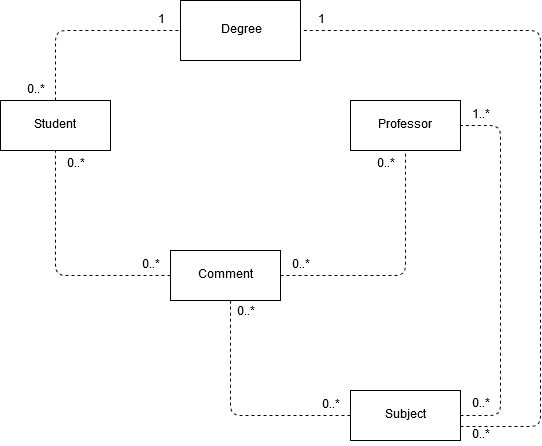
Geghi/LargeScaleTask1Project keeps this draw.io diagram as doc/images/diagrams/AnalysisUML.png. Above is the earlier version. Source tidied: cells renumbered, new cells last; positions are measured from the earlier drawing's top-left corner, leaving out a move shared by most shapes. Its diagram source:
```xml
<mxGraphModel>
  <root>
    <mxCell id="0" />
    <mxCell id="1" parent="0" />
    <mxCell id="2" value="Student" style="html=1;" parent="1" vertex="1">
      <mxGeometry y="100" width="110" height="50" as="geometry" />
    </mxCell>
    <mxCell id="3" value="Professor" style="html=1;" parent="1" vertex="1">
      <mxGeometry x="350" y="100" width="110" height="50" as="geometry" />
    </mxCell>
    <mxCell id="4" value="Comment" style="html=1;" parent="1" vertex="1">
      <mxGeometry x="170" y="250" width="110" height="50" as="geometry" />
    </mxCell>
    <mxCell id="5" value="Subject" style="html=1;" parent="1" vertex="1">
      <mxGeometry x="350" y="390" width="110" height="50" as="geometry" />
    </mxCell>
    <mxCell id="6" style="endArrow=none;dashed=1;html=1;entryX=0.5;entryY=1;entryDx=0;entryDy=0;exitX=0;exitY=0.5;exitDx=0;exitDy=0;" parent="1" edge="1" source="4" target="2">
      <mxGeometry relative="1" as="geometry">
        <Array as="points">
          <mxPoint x="55" y="275" />
        </Array>
      </mxGeometry>
    </mxCell>
    <mxCell id="7" value="0..*" style="text;html=1;strokeColor=none;fillColor=none;align=center;verticalAlign=middle;whiteSpace=wrap;rounded=0;" parent="1" vertex="1">
      <mxGeometry x="55" y="154" width="40" height="20" as="geometry" />
    </mxCell>
    <mxCell id="8" value="0..*" style="text;html=1;strokeColor=none;fillColor=none;align=center;verticalAlign=middle;whiteSpace=wrap;rounded=0;" parent="1" vertex="1">
      <mxGeometry x="130" y="255" width="40" height="20" as="geometry" />
    </mxCell>
    <mxCell id="9" style="endArrow=none;dashed=1;html=1;exitX=1;exitY=0.5;exitDx=0;exitDy=0;entryX=0.5;entryY=1;entryDx=0;entryDy=0;" parent="1" edge="1" source="4" target="3">
      <mxGeometry relative="1" as="geometry">
        <Array as="points">
          <mxPoint x="405" y="275" />
        </Array>
      </mxGeometry>
    </mxCell>
    <mxCell id="10" value="0..*" style="text;html=1;strokeColor=none;fillColor=none;align=center;verticalAlign=middle;whiteSpace=wrap;rounded=0;" parent="1" vertex="1">
      <mxGeometry x="280" y="255" width="40" height="20" as="geometry" />
    </mxCell>
    <mxCell id="11" value="0..*" style="text;html=1;strokeColor=none;fillColor=none;align=center;verticalAlign=middle;whiteSpace=wrap;rounded=0;" parent="1" vertex="1">
      <mxGeometry x="365" y="154" width="40" height="20" as="geometry" />
    </mxCell>
    <mxCell id="12" style="endArrow=none;dashed=1;html=1;exitX=0;exitY=0.5;exitDx=0;exitDy=0;" parent="1" edge="1" source="5">
      <mxGeometry relative="1" as="geometry">
        <mxPoint x="230" y="300" as="targetPoint" />
        <Array as="points">
          <mxPoint x="230" y="415" />
        </Array>
      </mxGeometry>
    </mxCell>
    <mxCell id="13" value="0..*" style="text;html=1;strokeColor=none;fillColor=none;align=center;verticalAlign=middle;whiteSpace=wrap;rounded=0;" parent="1" vertex="1">
      <mxGeometry x="225" y="302" width="40" height="20" as="geometry" />
    </mxCell>
    <mxCell id="14" value="0..*" style="text;html=1;strokeColor=none;fillColor=none;align=center;verticalAlign=middle;whiteSpace=wrap;rounded=0;" parent="1" vertex="1">
      <mxGeometry x="310" y="395" width="40" height="20" as="geometry" />
    </mxCell>
    <mxCell id="15" value="Degree" style="rounded=0;whiteSpace=wrap;html=1;" parent="1" vertex="1">
      <mxGeometry x="180" width="120" height="60" as="geometry" />
    </mxCell>
    <mxCell id="16" style="endArrow=none;dashed=1;html=1;entryX=0;entryY=0.5;entryDx=0;entryDy=0;" parent="1" edge="1" target="15">
      <mxGeometry relative="1" as="geometry">
        <mxPoint x="55" y="100" as="sourcePoint" />
        <Array as="points">
          <mxPoint x="55" y="30" />
        </Array>
      </mxGeometry>
    </mxCell>
    <mxCell id="17" value="1" style="text;html=1;strokeColor=none;fillColor=none;align=center;verticalAlign=middle;whiteSpace=wrap;rounded=0;" parent="1" vertex="1">
      <mxGeometry x="140" y="10" width="40" height="20" as="geometry" />
    </mxCell>
    <mxCell id="18" value="0..*" style="text;html=1;strokeColor=none;fillColor=none;align=center;verticalAlign=middle;whiteSpace=wrap;rounded=0;" parent="1" vertex="1">
      <mxGeometry x="15" y="80" width="40" height="20" as="geometry" />
    </mxCell>
    <mxCell id="19" style="endArrow=none;dashed=1;html=1;entryX=1;entryY=0.5;entryDx=0;entryDy=0;" parent="1" edge="1" target="3">
      <mxGeometry relative="1" as="geometry">
        <mxPoint x="460" y="415" as="sourcePoint" />
        <Array as="points">
          <mxPoint x="500" y="415" />
          <mxPoint x="500" y="125" />
        </Array>
      </mxGeometry>
    </mxCell>
    <mxCell id="20" value="0..*" style="text;html=1;strokeColor=none;fillColor=none;align=center;verticalAlign=middle;whiteSpace=wrap;rounded=0;" parent="1" vertex="1">
      <mxGeometry x="460" y="394" width="40" height="20" as="geometry" />
    </mxCell>
    <mxCell id="21" value="1..*" style="text;html=1;strokeColor=none;fillColor=none;align=center;verticalAlign=middle;whiteSpace=wrap;rounded=0;" parent="1" vertex="1">
      <mxGeometry x="460" y="105" width="40" height="20" as="geometry" />
    </mxCell>
    <mxCell id="22" style="endArrow=none;dashed=1;html=1;entryX=1;entryY=0.5;entryDx=0;entryDy=0;" parent="1" edge="1" target="15">
      <mxGeometry relative="1" as="geometry">
        <mxPoint x="460" y="426" as="sourcePoint" />
        <Array as="points">
          <mxPoint x="540" y="426" />
          <mxPoint x="540" y="30" />
        </Array>
      </mxGeometry>
    </mxCell>
    <mxCell id="23" value="0..*" style="text;html=1;strokeColor=none;fillColor=none;align=center;verticalAlign=middle;whiteSpace=wrap;rounded=0;" parent="1" vertex="1">
      <mxGeometry x="460" y="425" width="40" height="20" as="geometry" />
    </mxCell>
    <mxCell id="24" value="1" style="text;html=1;strokeColor=none;fillColor=none;align=center;verticalAlign=middle;whiteSpace=wrap;rounded=0;" parent="1" vertex="1">
      <mxGeometry x="300" y="10" width="40" height="20" as="geometry" />
    </mxCell>
  </root>
</mxGraphModel>
```
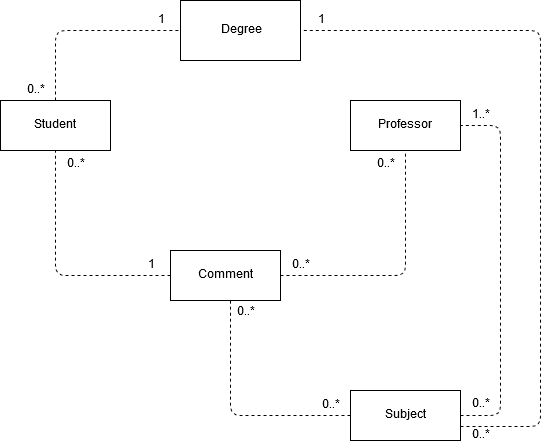
The same file after the commit.

Change to the diagram source:
```diff
@@ -24,7 +24,7 @@
     <mxCell id="7" value="0..*" style="text;html=1;strokeColor=none;fillColor=none;align=center;verticalAlign=middle;whiteSpace=wrap;rounded=0;" parent="1" vertex="1">
       <mxGeometry x="55" y="154" width="40" height="20" as="geometry" />
     </mxCell>
-    <mxCell id="8" value="0..*" style="text;html=1;strokeColor=none;fillColor=none;align=center;verticalAlign=middle;whiteSpace=wrap;rounded=0;" parent="1" vertex="1">
+    <mxCell id="8" value="1" style="text;html=1;strokeColor=none;fillColor=none;align=center;verticalAlign=middle;whiteSpace=wrap;rounded=0;" parent="1" vertex="1">
       <mxGeometry x="130" y="255" width="40" height="20" as="geometry" />
     </mxCell>
     <mxCell id="9" style="endArrow=none;dashed=1;html=1;exitX=1;exitY=0.5;exitDx=0;exitDy=0;entryX=0.5;entryY=1;entryDx=0;entryDy=0;" parent="1" edge="1" source="4" target="3">
```
